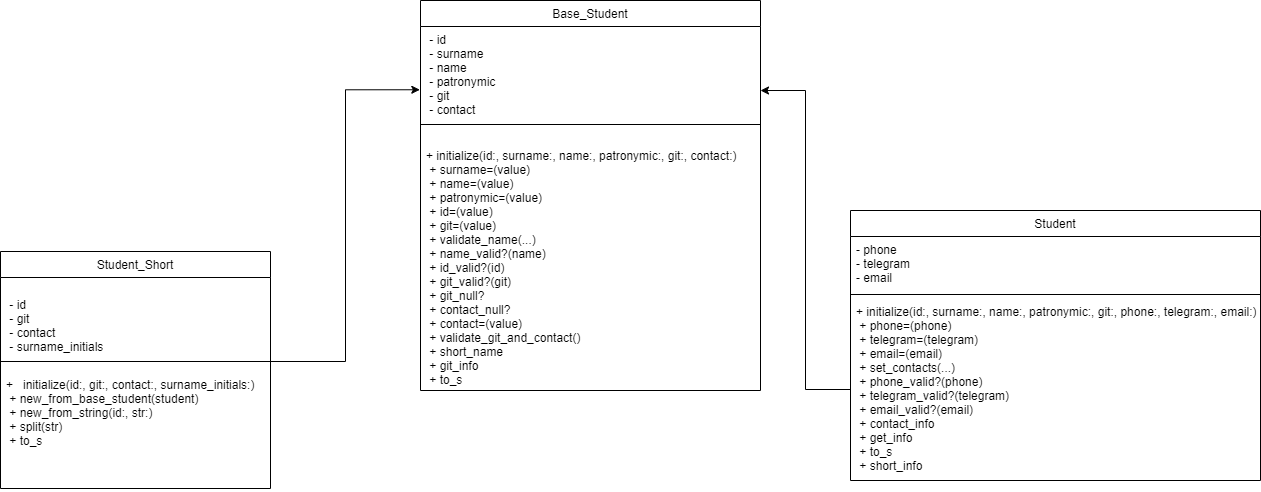
This is student3/Student.png from ChlnCh0pa/ruby1, a draw.io export, as it was before one commit. Source tidied: cells renumbered, new cells last; positions are measured from the earlier drawing's top-left corner, leaving out a move shared by most shapes.
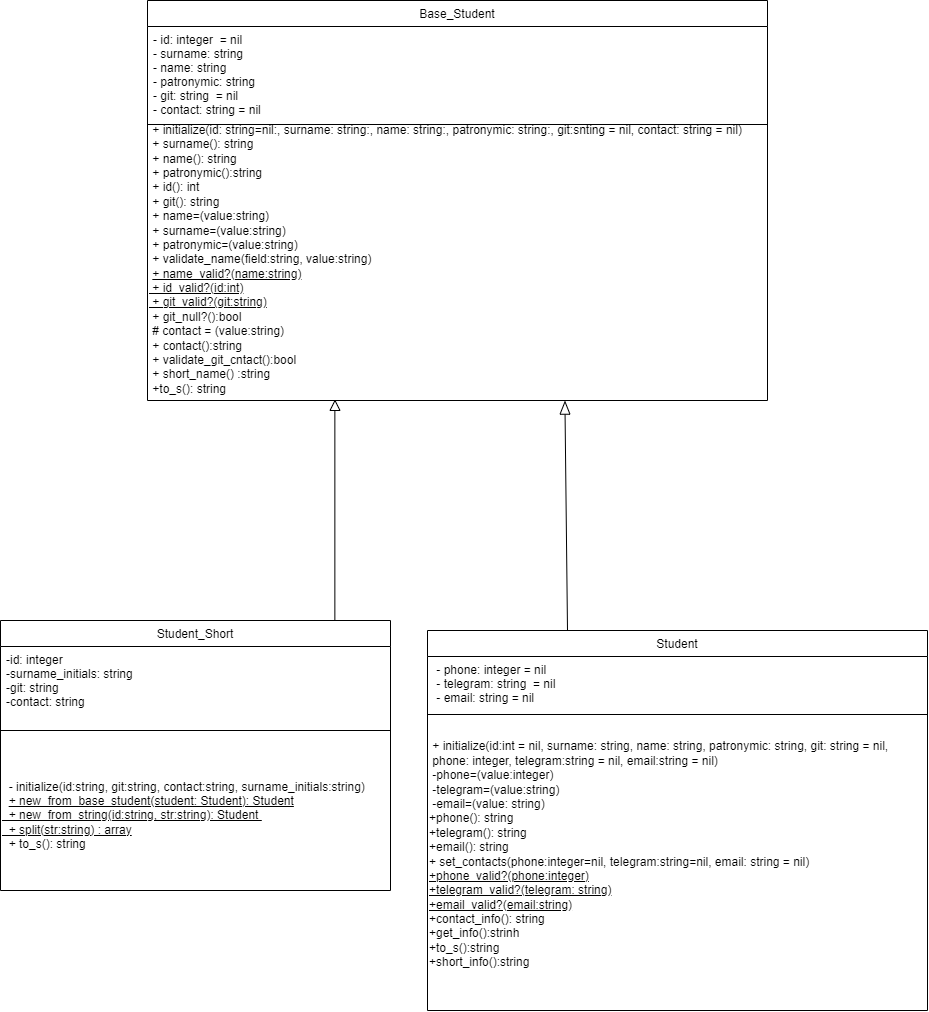
Above is the later version.

Commit message:
2 - fixed inheritance mapping, added mapping of getters, setters, and class methods

What changed in the source:
```diff
@@ -3,46 +3,57 @@
     <mxCell id="0" />
     <mxCell id="1" parent="0" />
     <mxCell id="2" value="Base_Student" style="swimlane;fontStyle=0;align=center;verticalAlign=top;horizontal=1;startSize=26;rounded=0;shadow=0;strokeWidth=1;" parent="1" vertex="1">
-      <mxGeometry x="420" width="340" height="390" as="geometry" />
+      <mxGeometry x="290" y="-10" width="620" height="400" as="geometry" />
     </mxCell>
-    <mxCell id="3" value=" - id                &#10; - surname           &#10; - name              &#10; - patronymic        &#10; - git               &#10; - contact" style="text;align=left;verticalAlign=top;spacingLeft=4;spacingRight=4;overflow=hidden;points=[[0,0.5],[1,0.5]];portConstraint=eastwest;rounded=0;shadow=0;html=0;" parent="2" vertex="1">
-      <mxGeometry y="26" width="340" height="94" as="geometry" />
+    <mxCell id="3" value="- id: integer  = nil       &#10;- surname: string    &#10;- name: string       &#10;- patronymic: string &#10;- git: string  = nil      &#10;- contact: string = nil" style="text;align=left;verticalAlign=top;spacingLeft=4;spacingRight=4;overflow=hidden;points=[[0,0.5],[1,0.5]];portConstraint=eastwest;rounded=0;shadow=0;html=0;" parent="2" vertex="1">
+      <mxGeometry y="26" width="620" height="94" as="geometry" />
     </mxCell>
     <mxCell id="4" style="line;html=1;strokeWidth=1;align=left;verticalAlign=middle;spacingTop=-1;spacingLeft=3;spacingRight=3;labelPosition=right;" parent="2" vertex="1">
-      <mxGeometry y="120" width="340" height="8" as="geometry" />
+      <mxGeometry y="120" width="620" height="8" as="geometry" />
     </mxCell>
-    <mxCell id="5" value="&#10;+ initialize(id:, surname:, name:, patronymic:, git:, contact:)  &#10; + surname=(value)   &#10; + name=(value)      &#10; + patronymic=(value)&#10; + id=(value)        &#10; + git=(value)       &#10; + validate_name(...) &#10; + name_valid?(name)  &#10; + id_valid?(id)      &#10; + git_valid?(git)    &#10; + git_null?          &#10; + contact_null?      &#10; + contact=(value)    &#10; + validate_git_and_contact()&#10; + short_name         &#10; + git_info           &#10; + to_s   " style="text;align=left;verticalAlign=top;spacingLeft=4;spacingRight=4;overflow=hidden;" parent="2" vertex="1">
-      <mxGeometry y="128" width="340" height="262" as="geometry" />
-    </mxCell>
+    <mxCell id="16" value="&lt;span style=&quot;text-wrap: nowrap;&quot;&gt;&amp;nbsp;+ initialize(id: string=nil:, surname: string:, name: string:, patronymic: string:, git:snting = nil, contact: string = nil)&amp;nbsp;&lt;/span&gt;&lt;br style=&quot;padding: 0px; margin: 0px; text-wrap: nowrap;&quot;&gt;&lt;span style=&quot;text-wrap: nowrap;&quot;&gt;&amp;nbsp;+ surname(): string&amp;nbsp;&lt;/span&gt;&lt;br style=&quot;padding: 0px; margin: 0px; text-wrap: nowrap;&quot;&gt;&lt;span style=&quot;text-wrap: nowrap;&quot;&gt;&amp;nbsp;+ name(): string&amp;nbsp; &amp;nbsp;&amp;nbsp;&lt;/span&gt;&lt;br style=&quot;padding: 0px; margin: 0px; text-wrap: nowrap;&quot;&gt;&lt;span style=&quot;text-wrap: nowrap;&quot;&gt;&amp;nbsp;+ patronymic():string&amp;nbsp;&lt;/span&gt;&lt;br style=&quot;padding: 0px; margin: 0px; text-wrap: nowrap;&quot;&gt;&lt;span style=&quot;text-wrap: nowrap;&quot;&gt;&amp;nbsp;+ id(): int&amp;nbsp; &amp;nbsp; &amp;nbsp;&lt;/span&gt;&lt;br style=&quot;padding: 0px; margin: 0px; text-wrap: nowrap;&quot;&gt;&lt;span style=&quot;text-wrap: nowrap;&quot;&gt;&amp;nbsp;+ git(): string&amp;nbsp; &amp;nbsp;&amp;nbsp;&lt;/span&gt;&lt;br style=&quot;padding: 0px; margin: 0px; text-wrap: nowrap;&quot;&gt;&lt;span style=&quot;text-wrap: nowrap;&quot;&gt;&amp;nbsp;+ name=(value:string)&lt;/span&gt;&lt;br style=&quot;padding: 0px; margin: 0px; text-wrap: nowrap;&quot;&gt;&lt;span style=&quot;text-wrap: nowrap;&quot;&gt;&amp;nbsp;+ surname=(value:string)&lt;/span&gt;&lt;br style=&quot;padding: 0px; margin: 0px; text-wrap: nowrap;&quot;&gt;&lt;span style=&quot;text-wrap: nowrap;&quot;&gt;&amp;nbsp;+ patronymic=(value:string)&lt;/span&gt;&lt;br style=&quot;padding: 0px; margin: 0px; text-wrap: nowrap;&quot;&gt;&lt;span style=&quot;text-wrap: nowrap;&quot;&gt;&amp;nbsp;+ validate_name(field:string, value:string)&lt;/span&gt;&lt;br style=&quot;padding: 0px; margin: 0px; text-wrap: nowrap;&quot;&gt;&lt;span style=&quot;text-wrap: nowrap;&quot;&gt;&amp;nbsp;&lt;u&gt;+ name_valid?(name:string)&lt;/u&gt;&lt;/span&gt;&lt;u&gt;&lt;br style=&quot;padding: 0px; margin: 0px; text-wrap: nowrap;&quot;&gt;&lt;span style=&quot;text-wrap: nowrap;&quot;&gt;&amp;nbsp;+ id_valid?(id:int)&lt;/span&gt;&lt;br style=&quot;padding: 0px; margin: 0px; text-wrap: nowrap;&quot;&gt;&lt;span style=&quot;text-wrap: nowrap;&quot;&gt;&amp;nbsp;+ git_valid?(git:string)&lt;/span&gt;&lt;/u&gt;&lt;br style=&quot;padding: 0px; margin: 0px; text-wrap: nowrap;&quot;&gt;&lt;span style=&quot;text-wrap: nowrap;&quot;&gt;&amp;nbsp;+ git_null?():bool&lt;/span&gt;&lt;br style=&quot;padding: 0px; margin: 0px; text-wrap: nowrap;&quot;&gt;&lt;span style=&quot;text-wrap: nowrap;&quot;&gt;&amp;nbsp;# contact = (value:string)&lt;/span&gt;&lt;br style=&quot;padding: 0px; margin: 0px; text-wrap: nowrap;&quot;&gt;&lt;span style=&quot;text-wrap: nowrap;&quot;&gt;&amp;nbsp;+ contact():string&lt;/span&gt;&lt;br style=&quot;padding: 0px; margin: 0px; text-wrap: nowrap;&quot;&gt;&lt;span style=&quot;text-wrap: nowrap;&quot;&gt;&amp;nbsp;+ validate_git_cntact():bool&lt;/span&gt;&lt;br style=&quot;padding: 0px; margin: 0px; text-wrap: nowrap;&quot;&gt;&lt;span style=&quot;text-wrap: nowrap;&quot;&gt;&amp;nbsp;+ short_name() :string&lt;/span&gt;&lt;br style=&quot;padding: 0px; margin: 0px; text-wrap: nowrap;&quot;&gt;&lt;span style=&quot;text-wrap: nowrap;&quot;&gt;&amp;nbsp;+to_s(): string&amp;nbsp;&lt;/span&gt;" style="text;html=1;align=left;verticalAlign=middle;whiteSpace=wrap;rounded=0;" parent="2" vertex="1">
+      <mxGeometry y="128" width="620" height="262" as="geometry" />
+    </mxCell>
     <mxCell id="6" value="Student" style="swimlane;fontStyle=0;align=center;verticalAlign=top;horizontal=1;startSize=26;rounded=0;shadow=0;strokeWidth=1;" parent="1" vertex="1">
-      <mxGeometry x="850" y="210" width="410" height="270" as="geometry" />
+      <mxGeometry x="570" y="620" width="500" height="380" as="geometry" />
     </mxCell>
-    <mxCell id="7" value="- phone             &#10;- telegram          &#10;- email " style="text;align=left;verticalAlign=top;spacingLeft=4;spacingRight=4;overflow=hidden;rounded=0;shadow=0;html=0;" parent="6" vertex="1">
-      <mxGeometry y="26" width="410" height="54" as="geometry" />
+    <mxCell id="7" value=" - phone: integer = nil&#10; - telegram: string  = nil&#10; - email: string = nil    &#10;" style="text;align=left;verticalAlign=top;spacingLeft=4;spacingRight=4;overflow=hidden;rounded=0;shadow=0;html=0;" parent="6" vertex="1">
+      <mxGeometry y="26" width="500" height="54" as="geometry" />
     </mxCell>
     <mxCell id="8" style="line;html=1;strokeWidth=1;align=left;verticalAlign=middle;spacingTop=-1;spacingLeft=3;spacingRight=3;labelPosition=right;" parent="6" vertex="1">
-      <mxGeometry y="80" width="410" height="8" as="geometry" />
+      <mxGeometry y="80" width="500" height="8" as="geometry" />
     </mxCell>
-    <mxCell id="9" value="+ initialize(id:, surname:, name:, patronymic:, git:, phone:, telegram:, email:)  &#10; + phone=(phone)     &#10; + telegram=(telegram)&#10; + email=(email)      &#10; + set_contacts(...)  &#10; + phone_valid?(phone)&#10; + telegram_valid?(telegram)&#10; + email_valid?(email)&#10; + contact_info       &#10; + get_info           &#10; + to_s               &#10; + short_info" style="text;align=left;verticalAlign=top;spacingLeft=4;spacingRight=4;overflow=hidden;points=[[0,0.5],[1,0.5]];portConstraint=eastwest;" parent="6" vertex="1">
-      <mxGeometry y="88" width="410" height="182" as="geometry" />
-    </mxCell>
+    <mxCell id="17" value="&lt;span style=&quot;text-wrap: nowrap;&quot;&gt;&amp;nbsp;+ initialize(id:int = nil, surname: string, name: string, patronymic: string, git: string = nil,&lt;/span&gt;&lt;br style=&quot;padding: 0px; margin: 0px; text-wrap: nowrap;&quot;&gt;&lt;span style=&quot;text-wrap: nowrap;&quot;&gt;&amp;nbsp;phone: integer, telegram:string = nil, email:string = nil)&amp;nbsp;&lt;/span&gt;&lt;br style=&quot;padding: 0px; margin: 0px; text-wrap: nowrap;&quot;&gt;&lt;span style=&quot;text-wrap: nowrap;&quot;&gt;&amp;nbsp;-phone=(value:integer)&amp;nbsp;&amp;nbsp;&lt;/span&gt;&lt;br style=&quot;padding: 0px; margin: 0px; text-wrap: nowrap;&quot;&gt;&lt;span style=&quot;text-wrap: nowrap;&quot;&gt;&amp;nbsp;-telegram=(value:string)&amp;nbsp;&lt;/span&gt;&lt;br style=&quot;padding: 0px; margin: 0px; text-wrap: nowrap;&quot;&gt;&lt;span style=&quot;text-wrap: nowrap;&quot;&gt;&amp;nbsp;-email=(value: string)&lt;/span&gt;&lt;br style=&quot;padding: 0px; margin: 0px; text-wrap: nowrap;&quot;&gt;&lt;span style=&quot;text-wrap: nowrap;&quot;&gt;+phone(): string&lt;/span&gt;&lt;br style=&quot;padding: 0px; margin: 0px; text-wrap: nowrap;&quot;&gt;&lt;span style=&quot;text-wrap: nowrap;&quot;&gt;+telegram(): string&lt;/span&gt;&lt;br style=&quot;padding: 0px; margin: 0px; text-wrap: nowrap;&quot;&gt;&lt;span style=&quot;text-wrap: nowrap;&quot;&gt;+email(): string&amp;nbsp;&amp;nbsp;&lt;/span&gt;&lt;br style=&quot;padding: 0px; margin: 0px; text-wrap: nowrap;&quot;&gt;&lt;span style=&quot;text-wrap: nowrap;&quot;&gt;+ set_contacts(phone:integer=nil, telegram:string=nil, email: string = nil)&lt;/span&gt;&lt;br style=&quot;padding: 0px; margin: 0px; text-wrap: nowrap;&quot;&gt;&lt;span style=&quot;text-wrap: nowrap;&quot;&gt;&lt;u&gt;+phone_valid?(phone:integer)&lt;/u&gt;&lt;/span&gt;&lt;u&gt;&lt;br style=&quot;padding: 0px; margin: 0px; text-wrap: nowrap;&quot;&gt;&lt;span style=&quot;text-wrap: nowrap;&quot;&gt;+telegram_valid?(telegram: string)&lt;/span&gt;&lt;br style=&quot;padding: 0px; margin: 0px; text-wrap: nowrap;&quot;&gt;&lt;span style=&quot;text-wrap: nowrap;&quot;&gt;+email_valid?(email:string)&lt;/span&gt;&lt;/u&gt;&lt;br style=&quot;padding: 0px; margin: 0px; text-wrap: nowrap;&quot;&gt;&lt;span style=&quot;text-wrap: nowrap;&quot;&gt;+contact_info(): string&lt;/span&gt;&lt;br style=&quot;padding: 0px; margin: 0px; text-wrap: nowrap;&quot;&gt;&lt;span style=&quot;text-wrap: nowrap;&quot;&gt;+get_info():strinh&lt;/span&gt;&lt;br style=&quot;padding: 0px; margin: 0px; text-wrap: nowrap;&quot;&gt;&lt;span style=&quot;text-wrap: nowrap;&quot;&gt;+to_s():string&lt;/span&gt;&lt;br style=&quot;padding: 0px; margin: 0px; text-wrap: nowrap;&quot;&gt;&lt;span style=&quot;text-wrap: nowrap;&quot;&gt;+short_info():string&amp;nbsp;&lt;/span&gt;" style="text;html=1;align=left;verticalAlign=middle;whiteSpace=wrap;rounded=0;" parent="6" vertex="1">
+      <mxGeometry y="88" width="500" height="272" as="geometry" />
+    </mxCell>
     <mxCell id="10" value="Student_Short" style="swimlane;fontStyle=0;align=center;verticalAlign=top;horizontal=1;startSize=26;rounded=0;shadow=0;strokeWidth=1;" parent="1" vertex="1">
-      <mxGeometry y="251" width="270" height="237" as="geometry" />
+      <mxGeometry x="143" y="610" width="390" height="270" as="geometry" />
     </mxCell>
-    <mxCell id="11" value="&#10; - id                &#10; - git               &#10; - contact           &#10; - surname_initials  " style="text;align=left;verticalAlign=top;spacingLeft=4;spacingRight=4;overflow=hidden;rounded=0;shadow=0;html=0;" parent="10" vertex="1">
-      <mxGeometry y="26" width="270" height="74" as="geometry" />
+    <mxCell id="11" value="-id: integer&#10;-surname_initials: string&#10;-git: string&#10;-contact: string" style="text;align=left;verticalAlign=top;spacingLeft=4;spacingRight=4;overflow=hidden;rounded=0;shadow=0;html=0;" parent="10" vertex="1">
+      <mxGeometry y="26" width="390" height="74" as="geometry" />
     </mxCell>
     <mxCell id="12" style="line;html=1;strokeWidth=1;align=left;verticalAlign=middle;spacingTop=-1;spacingLeft=3;spacingRight=3;labelPosition=right;points=[];portConstraint=eastwest;" parent="10" vertex="1">
-      <mxGeometry y="100" width="270" height="20" as="geometry" />
+      <mxGeometry y="100" width="390" height="20" as="geometry" />
     </mxCell>
-    <mxCell id="13" value="+   initialize(id:, git:, contact:, surname_initials:)  &#10; + new_from_base_student(student)&#10; + new_from_string(id:, str:)&#10; + split(str)         &#10; + to_s               &#10;" style="text;align=left;verticalAlign=top;spacingLeft=4;spacingRight=4;overflow=hidden;" parent="10" vertex="1">
-      <mxGeometry y="120" width="270" height="117" as="geometry" />
-    </mxCell>
-    <mxCell id="14" style="edgeStyle=orthogonalEdgeStyle;rounded=0;jettySize=auto;html=1;entryX=-0.002;entryY=0.673;entryDx=0;entryDy=0;entryPerimeter=0;" parent="1" edge="1" source="12" target="3">
-      <mxGeometry relative="1" as="geometry" />
-    </mxCell>
-    <mxCell id="15" style="edgeStyle=orthogonalEdgeStyle;rounded=0;jettySize=auto;html=1;entryX=1;entryY=0.681;entryDx=0;entryDy=0;entryPerimeter=0;" parent="1" edge="1" source="9" target="3">
-      <mxGeometry relative="1" as="geometry" />
-    </mxCell>
+    <mxCell id="18" value="&lt;span style=&quot;text-wrap: nowrap;&quot;&gt;&amp;nbsp; - initialize(id:string, git:string, contact:string, surname_initials:string)&lt;/span&gt;&lt;br style=&quot;padding: 0px; margin: 0px; text-wrap: nowrap;&quot;&gt;&lt;span style=&quot;text-wrap: nowrap;&quot;&gt;&amp;nbsp; &lt;u&gt;+ new_from_base_student(student: Student): Student&lt;/u&gt;&lt;/span&gt;&lt;u&gt;&lt;br style=&quot;padding: 0px; margin: 0px; text-wrap: nowrap;&quot;&gt;&lt;span style=&quot;text-wrap: nowrap;&quot;&gt;&amp;nbsp; + new_from_string(id:string, str:string): Student&amp;nbsp;&lt;/span&gt;&lt;br style=&quot;padding: 0px; margin: 0px; text-wrap: nowrap;&quot;&gt;&lt;span style=&quot;text-wrap: nowrap;&quot;&gt;&amp;nbsp; + split(str:string) : array&lt;/span&gt;&lt;/u&gt;&lt;br style=&quot;padding: 0px; margin: 0px; text-wrap: nowrap;&quot;&gt;&lt;span style=&quot;text-wrap: nowrap;&quot;&gt;&amp;nbsp; + to_s(): string&amp;nbsp;&amp;nbsp;&lt;/span&gt;" style="text;html=1;align=left;verticalAlign=middle;whiteSpace=wrap;rounded=0;" parent="10" vertex="1">
+      <mxGeometry y="120" width="390" height="150" as="geometry" />
+    </mxCell>
+    <mxCell id="19" style="triangle;whiteSpace=wrap;html=1;rotation=-90;" parent="1" vertex="1">
+      <mxGeometry x="472.5" y="390" width="10" height="10" as="geometry" />
+    </mxCell>
+    <mxCell id="20" style="endArrow=none;html=1;rounded=0;" parent="1" edge="1">
+      <mxGeometry relative="1" as="geometry">
+        <mxPoint x="477.4" y="610" as="sourcePoint" />
+        <mxPoint x="477.4" y="400" as="targetPoint" />
+      </mxGeometry>
+    </mxCell>
+    <mxCell id="21" style="endArrow=none;html=1;rounded=0;" parent="1" edge="1" target="22">
+      <mxGeometry relative="1" as="geometry">
+        <mxPoint x="710" y="620" as="sourcePoint" />
+      </mxGeometry>
+    </mxCell>
+    <mxCell id="22" style="triangle;whiteSpace=wrap;html=1;rotation=-90;" parent="1" vertex="1">
+      <mxGeometry x="701.2" y="392.5" width="12.5" height="10" as="geometry" />
+    </mxCell>
   </root>
 </mxGraphModel>
```
